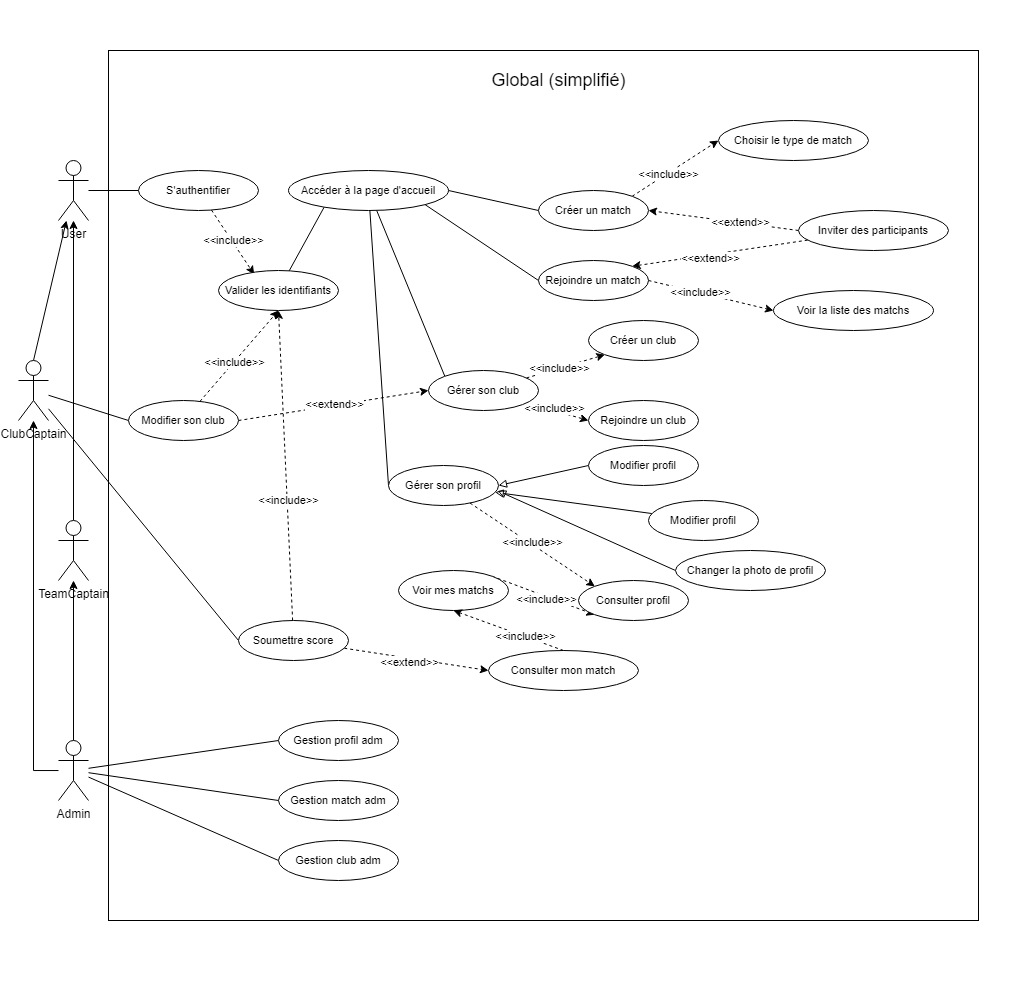
Earlier version of the draw.io export Diagram use case Global simplifié.drawio.png (Mathistrg/Styx). Source tidied: cells renumbered, new cells last; positions are measured from the earlier drawing's top-left corner, leaving out a move shared by most shapes.
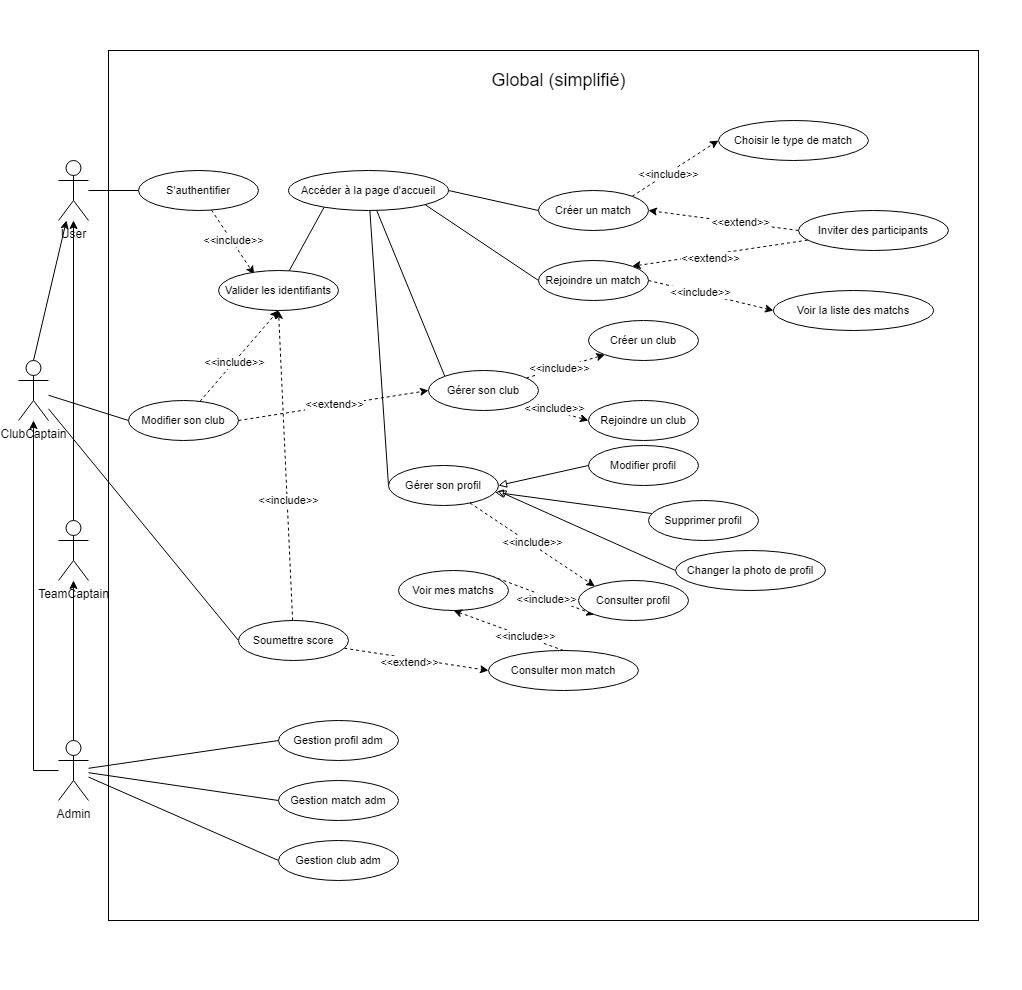
The same file after the commit.

Commit message:
Mettre à jour Diagram use case Global simplifié.drawio.png

The edit, as a diff of the source:
```diff
@@ -231,7 +231,7 @@
     <mxCell id="76" style="rounded=0;jettySize=auto;html=1;endArrow=block;endFill=0;" parent="1" edge="1" source="77" target="59">
       <mxGeometry relative="1" as="geometry" />
     </mxCell>
-    <mxCell id="77" value="Modifier profil" style="ellipse;whiteSpace=wrap;html=1;fontFamily=Helvetica;fontSize=11;fontColor=default;labelBackgroundColor=default;" parent="1" vertex="1">
+    <mxCell id="77" value="Supprimer profil" style="ellipse;whiteSpace=wrap;html=1;fontFamily=Helvetica;fontSize=11;fontColor=default;labelBackgroundColor=default;" parent="1" vertex="1">
       <mxGeometry x="630" y="500" width="110" height="40" as="geometry" />
     </mxCell>
   </root>
```
